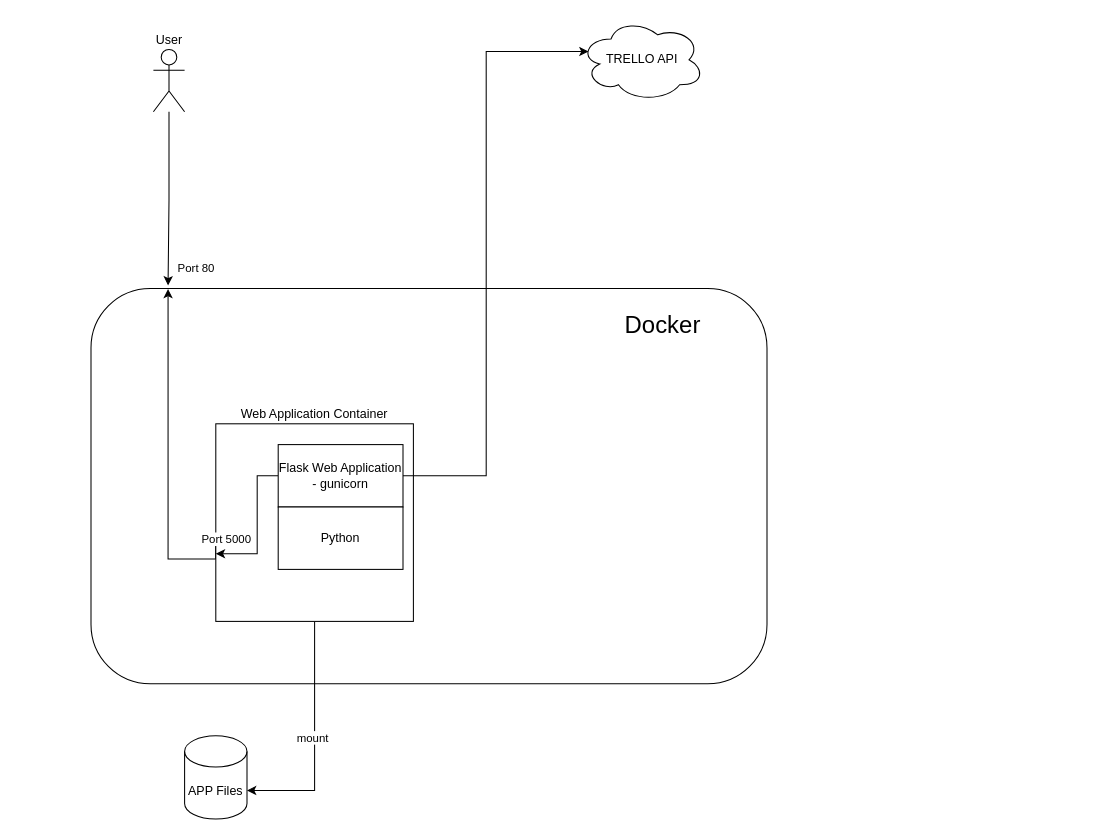
Above: Diagrams/To Do APP - ContainerDiagram.drawio in sgipower/DevOps-Course-Starter (draw.io), before the change. Source tidied: cells renumbered, new cells numbered last; positions are measured from the earlier drawing's top-left corner, leaving out a move shared by most shapes. Both pictures are drawn from the tidied source at 104%, with x=0, y=0 at pixel (90, 18).
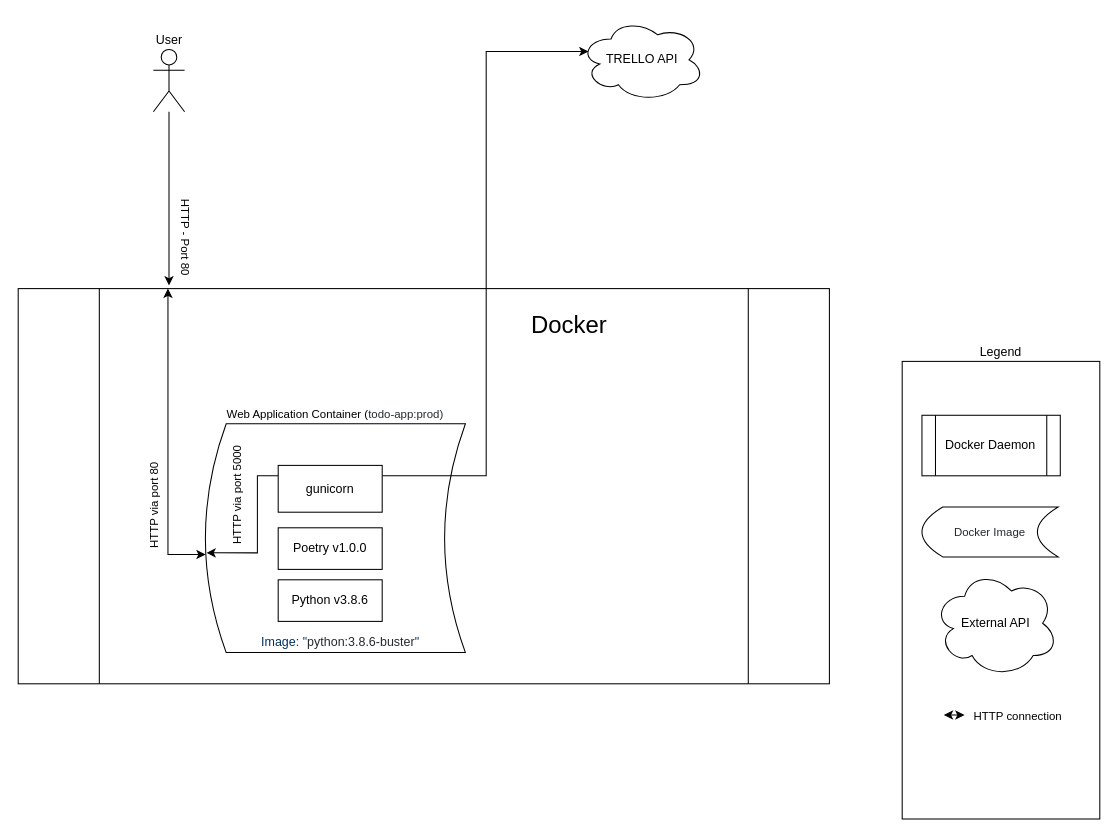
After the change.

The change refers to these unchanged cells:
```xml
<mxCell id="5" value="User" style="shape=umlActor;verticalLabelPosition=top;verticalAlign=bottom;html=1;outlineConnect=0;labelPosition=center;align=center;" parent="1" vertex="1">
  <mxGeometry x="60" y="30" width="30" height="60" as="geometry" />
</mxCell>
```

Change to the diagram source:
```diff
@@
-    <mxCell id="2" style="rounded=1;whiteSpace=wrap;html=1;" parent="1" vertex="1">
-      <mxGeometry y="260" width="650" height="380" as="geometry" />
+    <mxCell id="2" style="shape=process;whiteSpace=wrap;html=1;backgroundOutline=1;" parent="1" vertex="1">
+      <mxGeometry x="-70" y="260" width="780" height="380" as="geometry" />
     </mxCell>
-    <mxCell id="3" style="edgeStyle=orthogonalEdgeStyle;rounded=0;jettySize=auto;html=1;entryX=0.114;entryY=-0.008;entryDx=0;entryDy=0;entryPerimeter=0;" parent="1" edge="1" source="5" target="2">
-      <mxGeometry relative="1" as="geometry" />
+    <mxCell id="3" style="edgeStyle=orthogonalEdgeStyle;rounded=0;jettySize=auto;html=1;" parent="1" edge="1" source="5">
+      <mxGeometry relative="1" as="geometry">
+        <mxPoint x="75" y="257" as="targetPoint" />
+      </mxGeometry>
     </mxCell>
-    <mxCell id="4" value="Port 80" style="edgeLabel;html=1;align=center;verticalAlign=middle;" parent="3" vertex="1">
+    <mxCell id="4" value="HTTP - Port 80" style="edgeLabel;html=1;align=center;verticalAlign=middle;rotation=90;" parent="3" vertex="1">
       <mxGeometry x="0.82" relative="1" as="geometry">
-        <mxPoint x="26" y="-2" as="offset" />
+        <mxPoint x="16" y="-32" as="offset" />
       </mxGeometry>
     </mxCell>
@@
     <mxCell id="6" value="&lt;font style=&quot;font-size: 23px&quot;&gt;Docker&lt;/font&gt;" style="text;html=1;strokeColor=none;fillColor=none;align=center;verticalAlign=middle;whiteSpace=wrap;rounded=0;" parent="1" vertex="1">
-      <mxGeometry x="510" y="270" width="80" height="50" as="geometry" />
+      <mxGeometry x="420" y="270" width="80" height="50" as="geometry" />
     </mxCell>
-    <mxCell id="7" style="edgeStyle=orthogonalEdgeStyle;rounded=0;jettySize=auto;html=1;exitX=-0.001;exitY=0.62;exitDx=0;exitDy=0;entryX=0.114;entryY=0.001;entryDx=0;entryDy=0;entryPerimeter=0;exitPerimeter=0;" parent="1" edge="1" source="10" target="2">
+    <mxCell id="7" style="edgeStyle=orthogonalEdgeStyle;rounded=0;jettySize=auto;html=1;exitX=0.001;exitY=0.571;exitDx=0;exitDy=0;exitPerimeter=0;startArrow=classic;startFill=1;" parent="1" edge="1" source="10">
       <mxGeometry relative="1" as="geometry">
+        <mxPoint x="74" y="260" as="targetPoint" />
         <Array as="points">
-          <mxPoint x="120" y="520" />
-          <mxPoint x="74" y="520" />
+          <mxPoint x="74" y="516" />
+          <mxPoint x="74" y="260" />
         </Array>
       </mxGeometry>
     </mxCell>
-    <mxCell id="8" style="edgeStyle=orthogonalEdgeStyle;rounded=0;jettySize=auto;html=1;exitX=0.5;exitY=1;exitDx=0;exitDy=0;entryX=1;entryY=0;entryDx=0;entryDy=52.5;entryPerimeter=0;" parent="1" edge="1" source="10" target="17">
-      <mxGeometry relative="1" as="geometry" />
-    </mxCell>
-    <mxCell id="9" value="mount" style="edgeLabel;html=1;align=center;verticalAlign=middle;" parent="8" vertex="1">
-      <mxGeometry x="-0.02" y="-3" relative="1" as="geometry" />
-    </mxCell>
-    <mxCell id="10" value="Web Application Container" style="whiteSpace=wrap;html=1;labelPosition=center;verticalLabelPosition=top;align=center;verticalAlign=bottom;" parent="1" vertex="1">
-      <mxGeometry x="120" y="390" width="190" height="190" as="geometry" />
+    <mxCell id="10" value="&lt;font style=&quot;font-size: 11px&quot;&gt;Web Application Container (&lt;/font&gt;&lt;span style=&quot;color: rgb(36 , 41 , 46) ; font-size: 11px&quot;&gt;&lt;font style=&quot;font-size: 11px&quot;&gt;todo-app:prod)&lt;/font&gt;&lt;br&gt;&lt;/span&gt;" style="shape=dataStorage;whiteSpace=wrap;html=1;fixedSize=1;labelPosition=center;verticalLabelPosition=top;align=center;verticalAlign=bottom;" parent="1" vertex="1">
+      <mxGeometry x="110" y="390" width="250" height="220" as="geometry" />
     </mxCell>
-    <mxCell id="11" style="edgeStyle=orthogonalEdgeStyle;rounded=0;orthogonalLoop=1;jettySize=auto;html=1;entryX=0.001;entryY=0.625;entryDx=0;entryDy=0;entryPerimeter=0;exitX=0;exitY=0.5;exitDx=0;exitDy=0;" parent="1" edge="1">
+    <mxCell id="11" style="edgeStyle=orthogonalEdgeStyle;rounded=0;jettySize=auto;html=1;entryX=0.004;entryY=0.564;entryDx=0;entryDy=0;entryPerimeter=0;exitX=0;exitY=0.5;exitDx=0;exitDy=0;" parent="1" edge="1" target="10">
       <mxGeometry relative="1" as="geometry">
         <mxPoint x="179.8" y="440" as="sourcePoint" />
-        <mxPoint x="120" y="515" as="targetPoint" />
         <Array as="points">
-          <mxPoint x="159.8" y="440" />
-          <mxPoint x="159.8" y="515" />
+          <mxPoint x="160" y="440" />
+          <mxPoint x="160" y="514" />
         </Array>
       </mxGeometry>
     </mxCell>
-    <mxCell id="12" value="Port 5000&lt;br&gt;" style="edgeLabel;html=1;align=center;verticalAlign=middle;" parent="11" vertex="1">
+    <mxCell id="12" value="HTTP via port 5000" style="edgeLabel;html=1;align=center;verticalAlign=middle;rotation=-90;" parent="11" vertex="1">
       <mxGeometry x="0.85" y="2" relative="1" as="geometry">
-        <mxPoint y="-17" as="offset" />
+        <mxPoint x="18" y="-57" as="offset" />
       </mxGeometry>
     </mxCell>
@@
-    <mxCell id="14" value="Flask Web Application - gunicorn" style="rounded=0;whiteSpace=wrap;html=1;" parent="1" vertex="1">
-      <mxGeometry x="180" y="410" width="120" height="60" as="geometry" />
+    <mxCell id="14" value="gunicorn" style="rounded=0;whiteSpace=wrap;html=1;" parent="1" vertex="1">
+      <mxGeometry x="180" y="430" width="100" height="45" as="geometry" />
     </mxCell>
-    <mxCell id="15" value="Python" style="rounded=0;whiteSpace=wrap;html=1;" parent="1" vertex="1">
-      <mxGeometry x="180" y="470" width="120" height="60" as="geometry" />
+    <mxCell id="15" value="Python v3.8.6" style="rounded=0;whiteSpace=wrap;html=1;" parent="1" vertex="1">
+      <mxGeometry x="180" y="540" width="100" height="40" as="geometry" />
     </mxCell>
@@
-    <mxCell id="17" value="APP Files" style="shape=cylinder3;whiteSpace=wrap;html=1;boundedLbl=1;backgroundOutline=1;size=15;" parent="1" vertex="1">
-      <mxGeometry x="90" y="690" width="60" height="80" as="geometry" />
-    </mxCell>
+    <mxCell id="18" style="group;" parent="1" vertex="1">
+      <mxGeometry x="780" y="330" width="190" height="440" as="geometry" />
+    </mxCell>
+    <mxCell id="19" value="Legend" style="rounded=0;whiteSpace=wrap;html=1;align=center;labelPosition=center;verticalLabelPosition=top;verticalAlign=bottom;" parent="18" vertex="1">
+      <mxGeometry width="190" height="440" as="geometry" />
+    </mxCell>
+    <mxCell id="20" value="Docker Daemon" style="shape=process;whiteSpace=wrap;html=1;backgroundOutline=1;" parent="18" vertex="1">
+      <mxGeometry x="19" y="51.8" width="133" height="58.2" as="geometry" />
+    </mxCell>
+    <mxCell id="21" value="&lt;span style=&quot;color: rgb(36 , 41 , 46) ; font-size: 11px&quot;&gt;Docker Image&lt;br&gt;&lt;/span&gt;" style="shape=dataStorage;whiteSpace=wrap;html=1;fixedSize=1;labelPosition=center;verticalLabelPosition=middle;align=center;verticalAlign=middle;" parent="18" vertex="1">
+      <mxGeometry x="19" y="140" width="131" height="48" as="geometry" />
+    </mxCell>
+    <mxCell id="22" value="External API" style="ellipse;shape=cloud;whiteSpace=wrap;html=1;" parent="18" vertex="1">
+      <mxGeometry x="30" y="200" width="120" height="103.5" as="geometry" />
+    </mxCell>
+    <mxCell id="23" value="HTTP via port 80" style="edgeLabel;html=1;align=center;verticalAlign=middle;rotation=-90;" parent="1" vertex="1">
+      <mxGeometry x="60" y="470" as="geometry" />
+    </mxCell>
+    <mxCell id="24" value="&lt;span style=&quot;color: rgb(3 , 47 , 98) ; font-family: , , &amp;#34;sf mono&amp;#34; , &amp;#34;menlo&amp;#34; , &amp;#34;consolas&amp;#34; , &amp;#34;liberation mono&amp;#34; , monospace ; background-color: rgb(255 , 255 , 255)&quot;&gt;Image: &quot;&lt;/span&gt;&lt;span style=&quot;color: rgb(36 , 41 , 46) ; font-family: , , &amp;#34;sf mono&amp;#34; , &amp;#34;menlo&amp;#34; , &amp;#34;consolas&amp;#34; , &amp;#34;liberation mono&amp;#34; , monospace ; background-color: rgb(255 , 255 , 255)&quot;&gt;python:3.8.6-buster&lt;/span&gt;&lt;span style=&quot;color: rgb(3 , 47 , 98) ; font-family: , , &amp;#34;sf mono&amp;#34; , &amp;#34;menlo&amp;#34; , &amp;#34;consolas&amp;#34; , &amp;#34;liberation mono&amp;#34; , monospace ; background-color: rgb(255 , 255 , 255)&quot;&gt;&quot;&lt;/span&gt;" style="text;html=1;strokeColor=none;fillColor=none;align=center;verticalAlign=middle;whiteSpace=wrap;rounded=0;" parent="1" vertex="1">
+      <mxGeometry x="140" y="590" width="200" height="20" as="geometry" />
+    </mxCell>
+    <mxCell id="25" value="Poetry v1.0.0" style="rounded=0;whiteSpace=wrap;html=1;" parent="1" vertex="1">
+      <mxGeometry x="180" y="490" width="100" height="40" as="geometry" />
+    </mxCell>
+    <mxCell id="26" style="edgeStyle=orthogonalEdgeStyle;rounded=0;orthogonalLoop=1;jettySize=auto;html=1;startArrow=classic;startFill=1;" parent="1" edge="1">
+      <mxGeometry relative="1" as="geometry">
+        <mxPoint x="840" y="670" as="sourcePoint" />
+        <mxPoint x="820" y="670" as="targetPoint" />
+        <Array as="points">
+          <mxPoint x="820" y="670" />
+          <mxPoint x="820" y="670" />
+        </Array>
+      </mxGeometry>
+    </mxCell>
+    <mxCell id="27" value="HTTP connection" style="edgeLabel;html=1;align=center;verticalAlign=middle;" parent="26" vertex="1">
+      <mxGeometry x="0.24" relative="1" as="geometry">
+        <mxPoint x="62" as="offset" />
+      </mxGeometry>
+    </mxCell>
```
